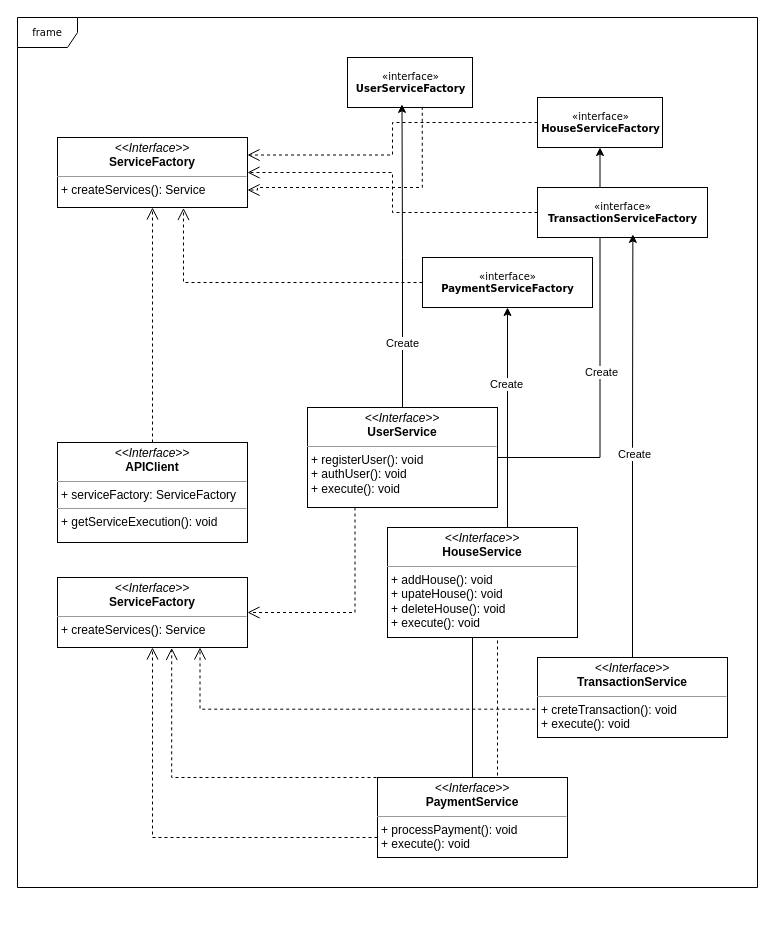
Above: abstract-factory.drawio in caturprasatya/TP-UML (draw.io), before the change. Source tidied: cells renumbered, new cells numbered last; positions are measured from the earlier drawing's top-left corner, leaving out a move shared by most shapes. Both pictures are drawn from the tidied source at 100%, with x=0, y=0 at pixel (17, 17).
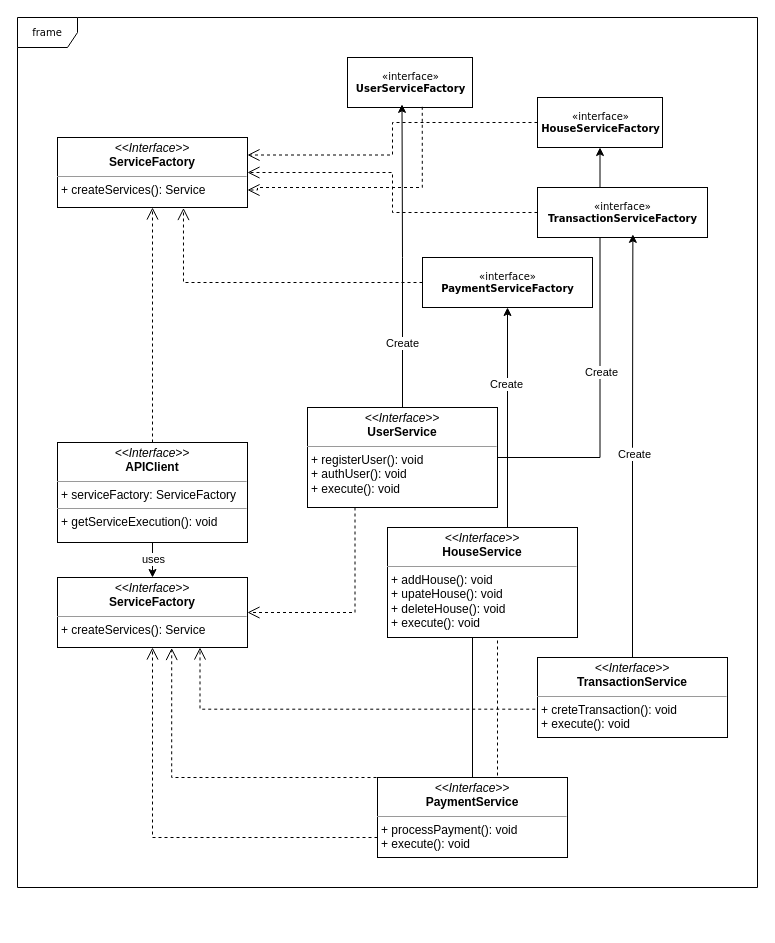
The same diagram, later.

The change refers to these unchanged cells:
```xml
<mxCell id="12" value="&lt;p style=&quot;margin:0px;margin-top:4px;text-align:center;&quot;&gt;&lt;i&gt;&amp;lt;&amp;lt;Interface&amp;gt;&amp;gt;&lt;/i&gt;&lt;br&gt;&lt;b&gt;APIClient&lt;/b&gt;&lt;/p&gt;&lt;hr size=&quot;1&quot;&gt;&lt;p style=&quot;margin:0px;margin-left:4px;&quot;&gt;+ serviceFactory: ServiceFactory&lt;/p&gt;&lt;hr size=&quot;1&quot;&gt;&lt;p style=&quot;margin:0px;margin-left:4px;&quot;&gt;+ getServiceExecution(): void&lt;br&gt;&lt;/p&gt;" style="verticalAlign=top;align=left;overflow=fill;fontSize=12;fontFamily=Helvetica;html=1;rounded=0;shadow=0;comic=0;labelBackgroundColor=none;strokeWidth=1;" parent="1" vertex="1">
  <mxGeometry x="40" y="425" width="190" height="100" as="geometry" />
</mxCell>
<mxCell id="14" value="&lt;p style=&quot;margin:0px;margin-top:4px;text-align:center;&quot;&gt;&lt;i&gt;&amp;lt;&amp;lt;Interface&amp;gt;&amp;gt;&lt;/i&gt;&lt;br&gt;&lt;b&gt;ServiceFactory&lt;/b&gt;&lt;/p&gt;&lt;hr size=&quot;1&quot;&gt;&lt;p style=&quot;margin:0px;margin-left:4px;&quot;&gt;+ createServices(): Service&lt;/p&gt;" style="verticalAlign=top;align=left;overflow=fill;fontSize=12;fontFamily=Helvetica;html=1;rounded=0;shadow=0;comic=0;labelBackgroundColor=none;strokeWidth=1;" parent="1" vertex="1">
  <mxGeometry x="40" y="560" width="190" height="70" as="geometry" />
</mxCell>
```

Change to the diagram source:
```diff
@@
+    <mxCell id="32" style="edgeStyle=orthogonalEdgeStyle;rounded=0;jettySize=auto;html=1;" parent="1" edge="1" source="12" target="14">
+      <mxGeometry relative="1" as="geometry" />
+    </mxCell>
+    <mxCell id="33" value="uses" style="edgeLabel;html=1;align=center;verticalAlign=middle;" parent="32" vertex="1">
+      <mxGeometry x="-0.3" relative="1" as="geometry" />
+    </mxCell>
```
